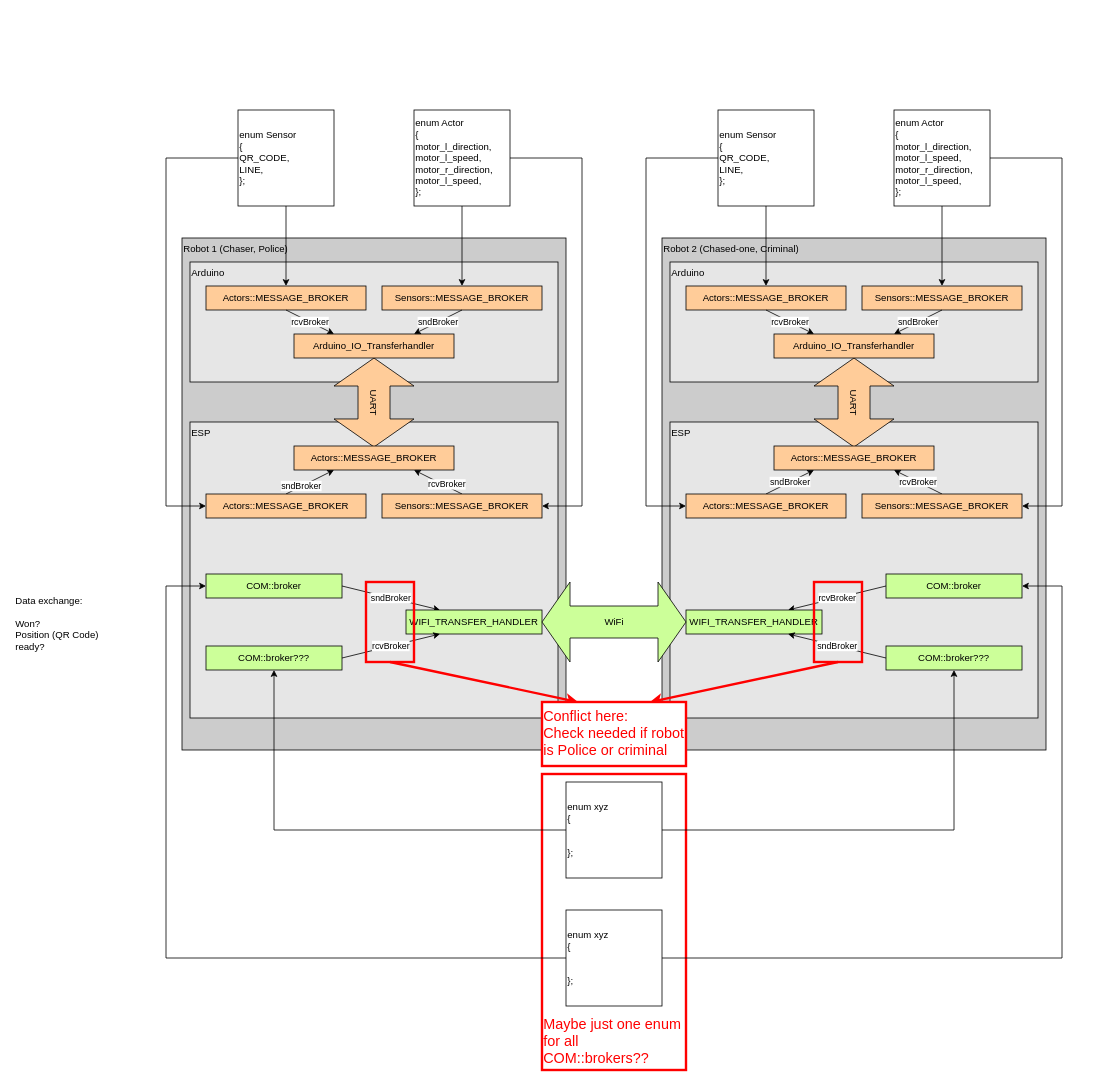
Above: diagrams/Robot Communication.drawio in PremiumChampion/v2v_robotik (draw.io), before the change. Source tidied: cells renumbered, new cells numbered last; positions are measured from the earlier drawing's top-left corner, leaving out a move shared by most shapes. Both pictures are drawn from the tidied source at 80%, with x=0, y=0 at pixel (14, 110).
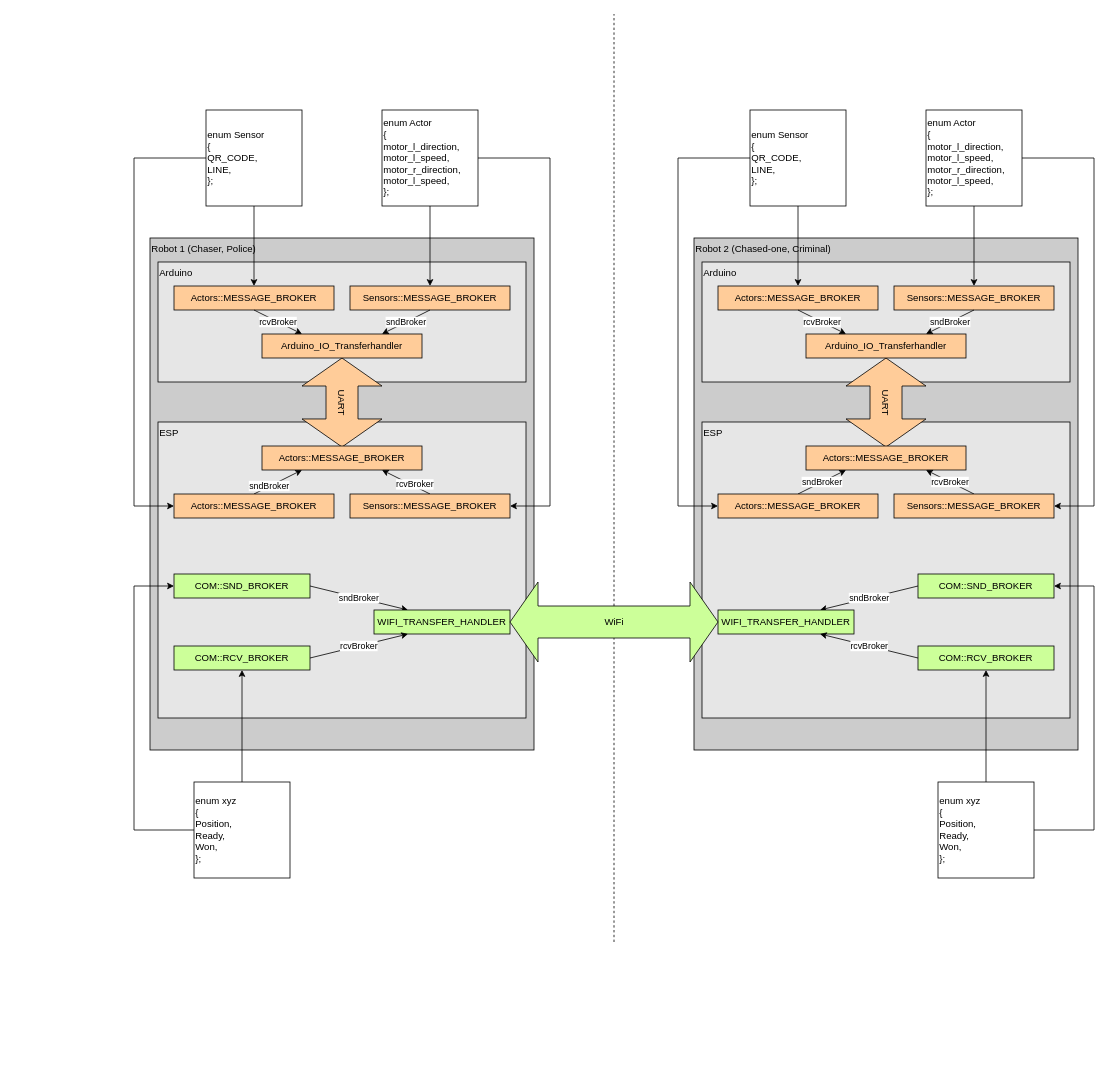
Above is the later version.

Commit message:
Implementation idea

The edit, as a diff of the source:
```diff
@@
-    <mxCell id="2" value="&lt;font color=&quot;#ff0000&quot;&gt;Maybe just one enum for all COM::brokers??&lt;/font&gt;" style="text;html=1;strokeColor=#FF0000;fillColor=#FFFFFF;align=left;verticalAlign=bottom;whiteSpace=wrap;rounded=0;fontSize=18;strokeWidth=3;" parent="1" vertex="1">
-      <mxGeometry x="660" y="830" width="180" height="370" as="geometry" />
-    </mxCell>
+    <mxCell id="70" style="endArrow=none;dashed=1;html=1;" parent="1" edge="1">
+      <mxGeometry relative="1" as="geometry">
+        <mxPoint x="750" y="1040" as="sourcePoint" />
+        <mxPoint x="750" y="-120" as="targetPoint" />
+      </mxGeometry>
+    </mxCell>
     <mxCell id="3" value="Robot 1 (Chaser, Police)" style="rounded=0;whiteSpace=wrap;html=1;align=left;verticalAlign=top;fillColor=#CCCCCC;" parent="1" vertex="1">
-      <mxGeometry x="210" y="160" width="480" height="640" as="geometry" />
+      <mxGeometry x="170" y="160" width="480" height="640" as="geometry" />
     </mxCell>
     <mxCell id="4" value="Arduino" style="rounded=0;whiteSpace=wrap;html=1;align=left;verticalAlign=top;fillColor=#E6E6E6;" parent="1" vertex="1">
-      <mxGeometry x="220" y="190" width="460" height="150" as="geometry" />
+      <mxGeometry x="180" y="190" width="460" height="150" as="geometry" />
     </mxCell>
     <mxCell id="5" value="ESP" style="rounded=0;whiteSpace=wrap;html=1;align=left;verticalAlign=top;fillColor=#E6E6E6;" parent="1" vertex="1">
-      <mxGeometry x="220" y="390" width="460" height="370" as="geometry" />
+      <mxGeometry x="180" y="390" width="460" height="370" as="geometry" />
     </mxCell>
     <mxCell id="6" value="Actors::MESSAGE_BROKER" style="rounded=0;whiteSpace=wrap;html=1;fillColor=#FFCC99;" parent="1" vertex="1">
-      <mxGeometry x="240" y="220" width="200" height="30" as="geometry" />
+      <mxGeometry x="200" y="220" width="200" height="30" as="geometry" />
     </mxCell>
     <mxCell id="7" value="UART" style="html=1;shadow=0;dashed=0;align=center;verticalAlign=middle;shape=mxgraph.arrows2.twoWayArrow;dy=0.6;dx=35;rotation=90;fillColor=#FFCC99;" parent="1" vertex="1">
-      <mxGeometry x="394.4" y="315.6" width="111.2" height="100" as="geometry" />
+      <mxGeometry x="354.4" y="315.6" width="111.2" height="100" as="geometry" />
     </mxCell>
     <mxCell id="8" value="&lt;span style=&quot;color: rgb(0, 0, 0); font-family: Helvetica; font-size: 12px; font-style: normal; font-variant-ligatures: normal; font-variant-caps: normal; font-weight: 400; letter-spacing: normal; orphans: 2; text-align: center; text-indent: 0px; text-transform: none; widows: 2; word-spacing: 0px; -webkit-text-stroke-width: 0px; text-decoration-thickness: initial; text-decoration-style: initial; text-decoration-color: initial; float: none; display: inline !important;&quot;&gt;Sensors::MESSAGE_BROKER&lt;/span&gt;" style="rounded=0;whiteSpace=wrap;html=1;fillColor=#FFCC99;" parent="1" vertex="1">
-      <mxGeometry x="460" y="220" width="200" height="30" as="geometry" />
+      <mxGeometry x="420" y="220" width="200" height="30" as="geometry" />
     </mxCell>
@@
-    <mxCell id="10" value="COM::broker" style="rounded=0;whiteSpace=wrap;html=1;fillColor=#CCFF99;" parent="1" vertex="1">
-      <mxGeometry x="240" y="580" width="170" height="30" as="geometry" />
+    <mxCell id="10" value="COM::SND_BROKER" style="rounded=0;whiteSpace=wrap;html=1;fillColor=#CCFF99;" parent="1" vertex="1">
+      <mxGeometry x="200" y="580" width="170" height="30" as="geometry" />
     </mxCell>
@@
     <mxCell id="13" value="Actors::MESSAGE_BROKER" style="rounded=0;whiteSpace=wrap;html=1;fillColor=#FFCC99;" parent="1" vertex="1">
-      <mxGeometry x="240" y="480" width="200" height="30" as="geometry" />
+      <mxGeometry x="200" y="480" width="200" height="30" as="geometry" />
     </mxCell>
     <mxCell id="14" value="&lt;span style=&quot;color: rgb(0, 0, 0); font-family: Helvetica; font-size: 12px; font-style: normal; font-variant-ligatures: normal; font-variant-caps: normal; font-weight: 400; letter-spacing: normal; orphans: 2; text-align: center; text-indent: 0px; text-transform: none; widows: 2; word-spacing: 0px; -webkit-text-stroke-width: 0px; background-color: rgb(255, 204, 153); text-decoration-thickness: initial; text-decoration-style: initial; text-decoration-color: initial; float: none; display: inline !important;&quot;&gt;Arduino_IO_Transferhandler&lt;/span&gt;" style="rounded=0;whiteSpace=wrap;html=1;fillColor=#FFCC99;" parent="1" vertex="1">
-      <mxGeometry x="350" y="280" width="200" height="30" as="geometry" />
+      <mxGeometry x="310" y="280" width="200" height="30" as="geometry" />
     </mxCell>
@@
     <mxCell id="17" value="Actors::MESSAGE_BROKER" style="rounded=0;whiteSpace=wrap;html=1;fillColor=#FFCC99;" parent="1" vertex="1">
-      <mxGeometry x="350" y="420" width="200" height="30" as="geometry" />
+      <mxGeometry x="310" y="420" width="200" height="30" as="geometry" />
     </mxCell>
@@
     <mxCell id="20" value="&lt;span style=&quot;color: rgb(0, 0, 0); font-family: Helvetica; font-size: 12px; font-style: normal; font-variant-ligatures: normal; font-variant-caps: normal; font-weight: 400; letter-spacing: normal; orphans: 2; text-align: center; text-indent: 0px; text-transform: none; widows: 2; word-spacing: 0px; -webkit-text-stroke-width: 0px; text-decoration-thickness: initial; text-decoration-style: initial; text-decoration-color: initial; float: none; display: inline !important;&quot;&gt;Sensors::MESSAGE_BROKER&lt;/span&gt;" style="rounded=0;whiteSpace=wrap;html=1;fillColor=#FFCC99;" parent="1" vertex="1">
-      <mxGeometry x="460" y="480" width="200" height="30" as="geometry" />
+      <mxGeometry x="420" y="480" width="200" height="30" as="geometry" />
     </mxCell>
     <mxCell id="21" value="&lt;span style=&quot;&quot;&gt;WIFI_TRANSFER_HANDLER&lt;/span&gt;" style="rounded=0;whiteSpace=wrap;html=1;fillColor=#CCFF99;" parent="1" vertex="1">
-      <mxGeometry x="490" y="625" width="170" height="30" as="geometry" />
+      <mxGeometry x="450" y="625" width="170" height="30" as="geometry" />
     </mxCell>
@@
-    <mxCell id="23" value="COM::broker???" style="rounded=0;whiteSpace=wrap;html=1;fillColor=#CCFF99;" parent="1" vertex="1">
-      <mxGeometry x="240" y="670" width="170" height="30" as="geometry" />
+    <mxCell id="23" value="COM::RCV_BROKER" style="rounded=0;whiteSpace=wrap;html=1;fillColor=#CCFF99;" parent="1" vertex="1">
+      <mxGeometry x="200" y="670" width="170" height="30" as="geometry" />
     </mxCell>
@@
     <mxCell id="25" value="Robot 2 (Chased-one, Criminal)" style="rounded=0;whiteSpace=wrap;html=1;align=left;verticalAlign=top;fillColor=#CCCCCC;" parent="1" vertex="1">
-      <mxGeometry x="810" y="160" width="480" height="640" as="geometry" />
+      <mxGeometry x="850" y="160" width="480" height="640" as="geometry" />
     </mxCell>
     <mxCell id="26" value="Arduino" style="rounded=0;whiteSpace=wrap;html=1;align=left;verticalAlign=top;fillColor=#E6E6E6;" parent="1" vertex="1">
-      <mxGeometry x="820" y="190" width="460" height="150" as="geometry" />
+      <mxGeometry x="860" y="190" width="460" height="150" as="geometry" />
     </mxCell>
     <mxCell id="27" value="ESP" style="rounded=0;whiteSpace=wrap;html=1;align=left;verticalAlign=top;fillColor=#E6E6E6;" parent="1" vertex="1">
-      <mxGeometry x="820" y="390" width="460" height="370" as="geometry" />
+      <mxGeometry x="860" y="390" width="460" height="370" as="geometry" />
     </mxCell>
     <mxCell id="28" value="Actors::MESSAGE_BROKER" style="rounded=0;whiteSpace=wrap;html=1;fillColor=#FFCC99;" parent="1" vertex="1">
-      <mxGeometry x="840" y="220" width="200" height="30" as="geometry" />
+      <mxGeometry x="880" y="220" width="200" height="30" as="geometry" />
     </mxCell>
     <mxCell id="29" value="UART" style="html=1;shadow=0;dashed=0;align=center;verticalAlign=middle;shape=mxgraph.arrows2.twoWayArrow;dy=0.6;dx=35;rotation=90;fillColor=#FFCC99;" parent="1" vertex="1">
-      <mxGeometry x="994.4" y="315.6" width="111.2" height="100" as="geometry" />
+      <mxGeometry x="1034.4" y="315.6" width="111.2" height="100" as="geometry" />
     </mxCell>
     <mxCell id="30" value="&lt;span style=&quot;color: rgb(0, 0, 0); font-family: Helvetica; font-size: 12px; font-style: normal; font-variant-ligatures: normal; font-variant-caps: normal; font-weight: 400; letter-spacing: normal; orphans: 2; text-align: center; text-indent: 0px; text-transform: none; widows: 2; word-spacing: 0px; -webkit-text-stroke-width: 0px; text-decoration-thickness: initial; text-decoration-style: initial; text-decoration-color: initial; float: none; display: inline !important;&quot;&gt;Sensors::MESSAGE_BROKER&lt;/span&gt;" style="rounded=0;whiteSpace=wrap;html=1;fillColor=#FFCC99;" parent="1" vertex="1">
-      <mxGeometry x="1060" y="220" width="200" height="30" as="geometry" />
+      <mxGeometry x="1100" y="220" width="200" height="30" as="geometry" />
     </mxCell>
-    <mxCell id="31" value="rcvBroker" style="edgeStyle=none;rounded=0;jettySize=auto;html=1;exitX=0;exitY=0.5;exitDx=0;exitDy=0;entryX=0.75;entryY=0;entryDx=0;entryDy=0;" parent="1" edge="1" source="32" target="41">
+    <mxCell id="31" value="sndBroker" style="edgeStyle=none;rounded=0;jettySize=auto;html=1;exitX=0;exitY=0.5;exitDx=0;exitDy=0;entryX=0.75;entryY=0;entryDx=0;entryDy=0;" parent="1" edge="1" source="32" target="41">
       <mxGeometry relative="1" as="geometry" />
     </mxCell>
-    <mxCell id="32" value="COM::broker" style="rounded=0;whiteSpace=wrap;html=1;fillColor=#CCFF99;" parent="1" vertex="1">
-      <mxGeometry x="1090" y="580" width="170" height="30" as="geometry" />
+    <mxCell id="32" value="COM::SND_BROKER" style="rounded=0;whiteSpace=wrap;html=1;fillColor=#CCFF99;" parent="1" vertex="1">
+      <mxGeometry x="1130" y="580" width="170" height="30" as="geometry" />
     </mxCell>
@@
     <mxCell id="34" value="Actors::MESSAGE_BROKER" style="rounded=0;whiteSpace=wrap;html=1;fillColor=#FFCC99;" parent="1" vertex="1">
-      <mxGeometry x="840" y="480" width="200" height="30" as="geometry" />
+      <mxGeometry x="880" y="480" width="200" height="30" as="geometry" />
     </mxCell>
     <mxCell id="35" value="&lt;span style=&quot;color: rgb(0, 0, 0); font-family: Helvetica; font-size: 12px; font-style: normal; font-variant-ligatures: normal; font-variant-caps: normal; font-weight: 400; letter-spacing: normal; orphans: 2; text-align: center; text-indent: 0px; text-transform: none; widows: 2; word-spacing: 0px; -webkit-text-stroke-width: 0px; background-color: rgb(255, 204, 153); text-decoration-thickness: initial; text-decoration-style: initial; text-decoration-color: initial; float: none; display: inline !important;&quot;&gt;Arduino_IO_Transferhandler&lt;/span&gt;" style="rounded=0;whiteSpace=wrap;html=1;fillColor=#FFCC99;" parent="1" vertex="1">
-      <mxGeometry x="950" y="280" width="200" height="30" as="geometry" />
+      <mxGeometry x="990" y="280" width="200" height="30" as="geometry" />
     </mxCell>
@@
     <mxCell id="38" value="Actors::MESSAGE_BROKER" style="rounded=0;whiteSpace=wrap;html=1;fillColor=#FFCC99;" parent="1" vertex="1">
-      <mxGeometry x="950" y="420" width="200" height="30" as="geometry" />
+      <mxGeometry x="990" y="420" width="200" height="30" as="geometry" />
     </mxCell>
@@
     <mxCell id="40" value="&lt;span style=&quot;color: rgb(0, 0, 0); font-family: Helvetica; font-size: 12px; font-style: normal; font-variant-ligatures: normal; font-variant-caps: normal; font-weight: 400; letter-spacing: normal; orphans: 2; text-align: center; text-indent: 0px; text-transform: none; widows: 2; word-spacing: 0px; -webkit-text-stroke-width: 0px; text-decoration-thickness: initial; text-decoration-style: initial; text-decoration-color: initial; float: none; display: inline !important;&quot;&gt;Sensors::MESSAGE_BROKER&lt;/span&gt;" style="rounded=0;whiteSpace=wrap;html=1;fillColor=#FFCC99;" parent="1" vertex="1">
-      <mxGeometry x="1060" y="480" width="200" height="30" as="geometry" />
+      <mxGeometry x="1100" y="480" width="200" height="30" as="geometry" />
     </mxCell>
     <mxCell id="41" value="&lt;span style=&quot;&quot;&gt;WIFI_TRANSFER_HANDLER&lt;/span&gt;" style="rounded=0;whiteSpace=wrap;html=1;fillColor=#CCFF99;" parent="1" vertex="1">
-      <mxGeometry x="840" y="625" width="170" height="30" as="geometry" />
+      <mxGeometry x="880" y="625" width="170" height="30" as="geometry" />
     </mxCell>
-    <mxCell id="42" value="sndBroker" style="edgeStyle=none;rounded=0;jettySize=auto;html=1;exitX=0;exitY=0.5;exitDx=0;exitDy=0;entryX=0.75;entryY=1;entryDx=0;entryDy=0;" parent="1" edge="1" source="43" target="41">
+    <mxCell id="42" value="rcvBroker" style="edgeStyle=none;rounded=0;jettySize=auto;html=1;exitX=0;exitY=0.5;exitDx=0;exitDy=0;entryX=0.75;entryY=1;entryDx=0;entryDy=0;" parent="1" edge="1" source="43" target="41">
       <mxGeometry relative="1" as="geometry" />
     </mxCell>
-    <mxCell id="43" value="COM::broker???" style="rounded=0;whiteSpace=wrap;html=1;fillColor=#CCFF99;" parent="1" vertex="1">
-      <mxGeometry x="1090" y="670" width="170" height="30" as="geometry" />
+    <mxCell id="43" value="COM::RCV_BROKER" style="rounded=0;whiteSpace=wrap;html=1;fillColor=#CCFF99;" parent="1" vertex="1">
+      <mxGeometry x="1130" y="670" width="170" height="30" as="geometry" />
     </mxCell>
@@
     <mxCell id="45" value="WiFi" style="html=1;shadow=0;dashed=0;align=center;verticalAlign=middle;shape=mxgraph.arrows2.twoWayArrow;dy=0.6;dx=35;fillColor=#CCFF99;" parent="1" vertex="1">
-      <mxGeometry x="660" y="590" width="180" height="100" as="geometry" />
+      <mxGeometry x="620" y="590" width="260" height="100" as="geometry" />
     </mxCell>
@@
     <mxCell id="47" style="edgeStyle=elbowEdgeStyle;rounded=0;jettySize=auto;html=1;exitX=1;exitY=0.5;exitDx=0;exitDy=0;entryX=1;entryY=0.5;entryDx=0;entryDy=0;" parent="1" edge="1" source="48" target="20">
       <mxGeometry relative="1" as="geometry">
         <Array as="points">
-          <mxPoint x="710" y="300" />
+          <mxPoint x="670" y="300" />
         </Array>
       </mxGeometry>
     </mxCell>
     <mxCell id="48" value="enum Actor &lt;br&gt;{&lt;br&gt;motor_l_direction,&lt;br&gt;motor_l_speed,&lt;br&gt;motor_r_direction,&lt;br&gt;motor_l_speed,&lt;br&gt;};" style="rounded=0;whiteSpace=wrap;html=1;labelBackgroundColor=none;fillColor=#FFFFFF;align=left;" parent="1" vertex="1">
-      <mxGeometry x="500" width="120" height="120" as="geometry" />
+      <mxGeometry x="460" width="120" height="120" as="geometry" />
     </mxCell>
@@
     <mxCell id="50" value="enum Sensor&lt;br&gt;{&lt;br&gt;QR_CODE,&lt;br&gt;LINE,&lt;br&gt;};" style="rounded=0;whiteSpace=wrap;html=1;labelBackgroundColor=none;fillColor=#FFFFFF;align=left;" parent="1" vertex="1">
-      <mxGeometry x="280" width="120" height="120" as="geometry" />
+      <mxGeometry x="240" width="120" height="120" as="geometry" />
     </mxCell>
     <mxCell id="51" style="edgeStyle=elbowEdgeStyle;rounded=0;jettySize=auto;html=1;exitX=0;exitY=0.5;exitDx=0;exitDy=0;entryX=0;entryY=0.5;entryDx=0;entryDy=0;" parent="1" edge="1" source="50" target="13">
       <mxGeometry relative="1" as="geometry">
         <Array as="points">
-          <mxPoint x="190" y="290" />
-          <mxPoint x="710" y="300" />
+          <mxPoint x="150" y="290" />
+          <mxPoint x="670" y="300" />
         </Array>
       </mxGeometry>
     </mxCell>
     <mxCell id="52" value="enum Sensor&lt;br&gt;{&lt;br&gt;QR_CODE,&lt;br&gt;LINE,&lt;br&gt;};" style="rounded=0;whiteSpace=wrap;html=1;labelBackgroundColor=none;fillColor=#FFFFFF;align=left;" parent="1" vertex="1">
-      <mxGeometry x="880" width="120" height="120" as="geometry" />
+      <mxGeometry x="920" width="120" height="120" as="geometry" />
     </mxCell>
     <mxCell id="53" style="edgeStyle=elbowEdgeStyle;rounded=0;jettySize=auto;html=1;exitX=0;exitY=0.5;exitDx=0;exitDy=0;entryX=0;entryY=0.5;entryDx=0;entryDy=0;" parent="1" edge="1" source="52" target="34">
       <mxGeometry relative="1" as="geometry">
         <Array as="points">
-          <mxPoint x="790" y="290" />
-          <mxPoint x="1310" y="300" />
+          <mxPoint x="830" y="290" />
+          <mxPoint x="1350" y="300" />
         </Array>
       </mxGeometry>
     </mxCell>
@@
     <mxCell id="56" value="enum Actor &lt;br&gt;{&lt;br&gt;motor_l_direction,&lt;br&gt;motor_l_speed,&lt;br&gt;motor_r_direction,&lt;br&gt;motor_l_speed,&lt;br&gt;};" style="rounded=0;whiteSpace=wrap;html=1;labelBackgroundColor=none;fillColor=#FFFFFF;align=left;" parent="1" vertex="1">
-      <mxGeometry x="1100" width="120" height="120" as="geometry" />
+      <mxGeometry x="1140" width="120" height="120" as="geometry" />
     </mxCell>
     <mxCell id="57" style="edgeStyle=elbowEdgeStyle;rounded=0;jettySize=auto;html=1;exitX=1;exitY=0.5;exitDx=0;exitDy=0;entryX=1;entryY=0.5;entryDx=0;entryDy=0;" parent="1" edge="1" source="56" target="40">
       <mxGeometry relative="1" as="geometry">
         <Array as="points">
-          <mxPoint x="1310" y="300" />
+          <mxPoint x="1350" y="300" />
         </Array>
       </mxGeometry>
     </mxCell>
-    <mxCell id="58" style="edgeStyle=elbowEdgeStyle;rounded=0;jettySize=auto;html=1;exitX=0;exitY=0.5;exitDx=0;exitDy=0;entryX=0;entryY=0.5;entryDx=0;entryDy=0;" parent="1" edge="1" source="60" target="10">
+    <mxCell id="58" style="edgeStyle=elbowEdgeStyle;rounded=0;jettySize=auto;html=1;exitX=0;exitY=0.5;exitDx=0;exitDy=0;entryX=0;entryY=0.5;entryDx=0;entryDy=0;" parent="1" edge="1" source="63" target="10">
       <mxGeometry relative="1" as="geometry">
         <Array as="points">
-          <mxPoint x="190" y="830" />
+          <mxPoint x="150" y="830" />
         </Array>
       </mxGeometry>
     </mxCell>
-    <mxCell id="59" style="edgeStyle=elbowEdgeStyle;rounded=0;jettySize=auto;html=1;exitX=1;exitY=0.5;exitDx=0;exitDy=0;entryX=1;entryY=0.5;entryDx=0;entryDy=0;" parent="1" edge="1" source="60" target="32">
+    <mxCell id="59" style="edgeStyle=elbowEdgeStyle;rounded=0;jettySize=auto;html=1;entryX=1;entryY=0.5;entryDx=0;entryDy=0;exitX=1;exitY=0.5;exitDx=0;exitDy=0;" parent="1" edge="1" source="69" target="32">
       <mxGeometry relative="1" as="geometry">
         <Array as="points">
-          <mxPoint x="1310" y="830" />
+          <mxPoint x="1350" y="830" />
         </Array>
       </mxGeometry>
     </mxCell>
-    <mxCell id="60" value="enum xyz&lt;br&gt;{&lt;br&gt;&lt;br&gt;&lt;br&gt;};" style="rounded=0;whiteSpace=wrap;html=1;labelBackgroundColor=none;fillColor=#FFFFFF;align=left;" parent="1" vertex="1">
-      <mxGeometry x="690" y="1000" width="120" height="120" as="geometry" />
-    </mxCell>
-    <mxCell id="61" style="edgeStyle=elbowEdgeStyle;rounded=0;jettySize=auto;html=1;exitX=1;exitY=0.5;exitDx=0;exitDy=0;entryX=0.5;entryY=1;entryDx=0;entryDy=0;" parent="1" edge="1" source="63" target="43">
-      <mxGeometry relative="1" as="geometry">
-        <Array as="points">
-          <mxPoint x="1175" y="800" />
-        </Array>
-      </mxGeometry>
+    <mxCell id="61" style="rounded=0;jettySize=auto;html=1;exitX=0.5;exitY=0;exitDx=0;exitDy=0;entryX=0.5;entryY=1;entryDx=0;entryDy=0;" parent="1" edge="1" source="69" target="43">
+      <mxGeometry relative="1" as="geometry" />
     </mxCell>
-    <mxCell id="62" style="edgeStyle=elbowEdgeStyle;rounded=0;jettySize=auto;html=1;exitX=0;exitY=0.5;exitDx=0;exitDy=0;entryX=0.5;entryY=1;entryDx=0;entryDy=0;" parent="1" edge="1" source="63" target="23">
-      <mxGeometry relative="1" as="geometry">
-        <Array as="points">
-          <mxPoint x="325" y="810" />
-        </Array>
-      </mxGeometry>
+    <mxCell id="62" style="rounded=0;jettySize=auto;html=1;exitX=0.5;exitY=0;exitDx=0;exitDy=0;entryX=0.5;entryY=1;entryDx=0;entryDy=0;" parent="1" edge="1" source="63" target="23">
+      <mxGeometry relative="1" as="geometry" />
     </mxCell>
-    <mxCell id="63" value="enum xyz&lt;br&gt;{&lt;br&gt;&lt;br&gt;&lt;br&gt;};" style="rounded=0;whiteSpace=wrap;html=1;labelBackgroundColor=none;fillColor=#FFFFFF;align=left;" parent="1" vertex="1">
-      <mxGeometry x="690" y="840" width="120" height="120" as="geometry" />
+    <mxCell id="63" value="enum xyz&lt;br&gt;{&lt;br&gt;Position,&lt;br&gt;Ready,&lt;br&gt;Won,&lt;br&gt;};" style="rounded=0;whiteSpace=wrap;html=1;labelBackgroundColor=none;fillColor=#FFFFFF;align=left;" parent="1" vertex="1">
+      <mxGeometry x="225" y="840" width="120" height="120" as="geometry" />
     </mxCell>
-    <mxCell id="64" style="edgeStyle=none;html=1;exitX=0.5;exitY=1;exitDx=0;exitDy=0;entryX=0.25;entryY=0;entryDx=0;entryDy=0;strokeColor=#FF0000;strokeWidth=3;" parent="1" edge="1" source="65" target="68">
-      <mxGeometry relative="1" as="geometry" />
-    </mxCell>
-    <mxCell id="65" style="rounded=0;whiteSpace=wrap;html=1;fillColor=none;strokeColor=#FF0000;strokeWidth=3;" parent="1" vertex="1">
-      <mxGeometry x="440" y="590" width="60" height="100" as="geometry" />
-    </mxCell>
-    <mxCell id="66" style="edgeStyle=none;html=1;exitX=0.5;exitY=1;exitDx=0;exitDy=0;entryX=0.75;entryY=0;entryDx=0;entryDy=0;strokeColor=#FF0000;strokeWidth=3;" parent="1" edge="1" source="67" target="68">
-      <mxGeometry relative="1" as="geometry" />
-    </mxCell>
-    <mxCell id="67" style="rounded=0;whiteSpace=wrap;html=1;fillColor=none;strokeColor=#FF0000;strokeWidth=3;" parent="1" vertex="1">
-      <mxGeometry x="1000" y="590" width="60" height="100" as="geometry" />
-    </mxCell>
-    <mxCell id="68" value="&lt;font color=&quot;#ff0000&quot;&gt;Conflict here:&lt;br&gt;Check needed if robot is Police or criminal&lt;/font&gt;" style="text;html=1;strokeColor=#FF0000;fillColor=#FFFFFF;align=left;verticalAlign=middle;whiteSpace=wrap;rounded=0;fontSize=18;strokeWidth=3;" parent="1" vertex="1">
-      <mxGeometry x="660" y="740" width="180" height="80" as="geometry" />
-    </mxCell>
-    <mxCell id="69" value="&lt;font style=&quot;font-size: 12px&quot;&gt;Data exchange:&lt;br&gt;&lt;br&gt;Won?&lt;br style=&quot;font-size: 12px&quot;&gt;Position (QR Code)&lt;br&gt;ready?&lt;br&gt;&lt;br style=&quot;font-size: 12px&quot;&gt;&lt;/font&gt;" style="text;html=1;strokeColor=none;fillColor=none;align=left;verticalAlign=top;whiteSpace=wrap;rounded=0;fontSize=12;fontColor=#000000;" parent="1" vertex="1">
-      <mxGeometry y="600" width="150" height="265" as="geometry" />
+    <mxCell id="69" value="enum xyz&lt;br&gt;{&lt;br&gt;Position,&lt;br&gt;Ready,&lt;br&gt;Won,&lt;br&gt;};" style="rounded=0;whiteSpace=wrap;html=1;labelBackgroundColor=none;fillColor=#FFFFFF;align=left;" parent="1" vertex="1">
+      <mxGeometry x="1155" y="840" width="120" height="120" as="geometry" />
     </mxCell>
```
